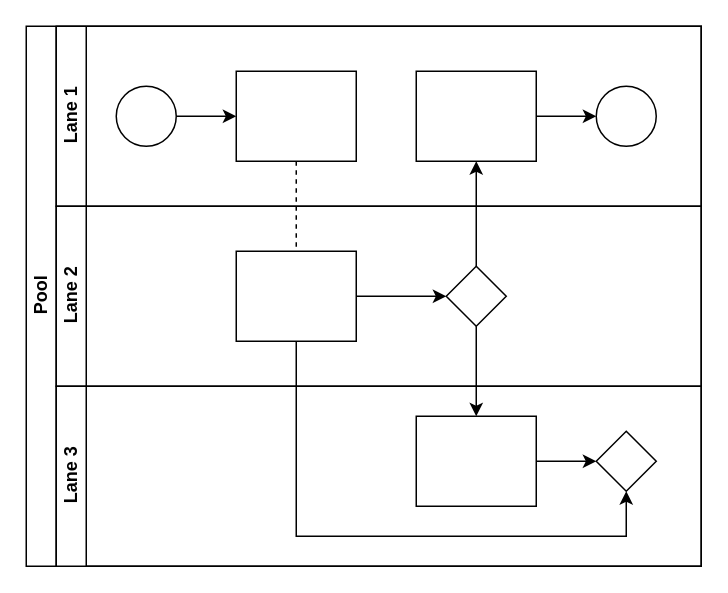
Above: Diagramme sans nom.drawio in Mafyou/CSharpLearn (draw.io), before the change. Source tidied: cells renumbered, new cells numbered last; positions are measured from the earlier drawing's top-left corner, leaving out a move shared by most shapes. Both pictures are drawn from the tidied source at 150%, with x=0, y=0 at pixel (26, 26).
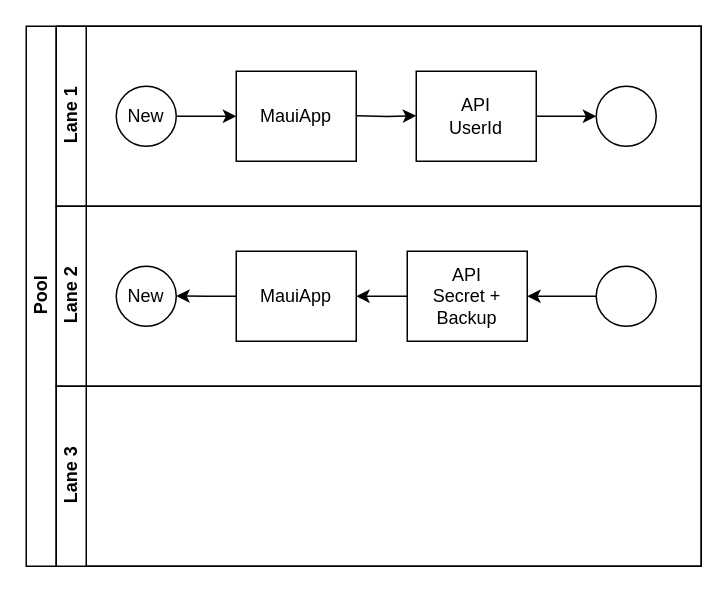
Above is the later version.

Unchanged cells that the change refers to:
```xml
<mxCell id="2" value="Pool" style="swimlane;html=1;horizontal=0;startSize=20;" parent="1" vertex="1">
  <mxGeometry width="450" height="360" as="geometry" />
</mxCell>
<mxCell id="7" value="Lane 1" style="swimlane;html=1;startSize=20;horizontal=0;" parent="2" vertex="1">
  <mxGeometry x="20" width="430" height="120" as="geometry" />
</mxCell>
<mxCell id="14" value="Lane 2" style="swimlane;html=1;startSize=20;horizontal=0;" parent="2" vertex="1">
  <mxGeometry x="20" y="120" width="430" height="120" as="geometry" />
</mxCell>
<mxCell id="18" value="Lane 3" style="swimlane;html=1;startSize=20;horizontal=0;" parent="2" vertex="1">
  <mxGeometry x="20" y="240" width="430" height="120" as="geometry" />
</mxCell>
```

Diff of the diagram source:
```diff
@@
-    <mxCell id="3" style="edgeStyle=orthogonalEdgeStyle;rounded=0;jettySize=auto;html=1;dashed=1;endArrow=none;endFill=0;" parent="2" edge="1" source="10" target="16">
-      <mxGeometry relative="1" as="geometry" />
-    </mxCell>
-    <mxCell id="4" style="edgeStyle=orthogonalEdgeStyle;rounded=0;jettySize=auto;html=1;endArrow=classic;endFill=1;" parent="2" edge="1" source="17" target="12">
-      <mxGeometry relative="1" as="geometry" />
-    </mxCell>
-    <mxCell id="5" style="edgeStyle=orthogonalEdgeStyle;rounded=0;jettySize=auto;html=1;endArrow=classic;endFill=1;" parent="2" edge="1" source="17" target="20">
-      <mxGeometry relative="1" as="geometry" />
-    </mxCell>
-    <mxCell id="6" style="edgeStyle=orthogonalEdgeStyle;rounded=0;jettySize=auto;html=1;endArrow=classic;endFill=1;" parent="2" edge="1" source="16" target="21">
-      <mxGeometry relative="1" as="geometry">
-        <Array as="points">
-          <mxPoint x="180" y="340" />
-          <mxPoint x="400" y="340" />
-        </Array>
-      </mxGeometry>
-    </mxCell>
@@
-    <mxCell id="9" style="ellipse;whiteSpace=wrap;html=1;" parent="7" vertex="1">
+    <mxCell id="9" value="New" style="ellipse;whiteSpace=wrap;html=1;" parent="7" vertex="1">
       <mxGeometry x="40" y="40" width="40" height="40" as="geometry" />
     </mxCell>
-    <mxCell id="10" style="rounded=0;whiteSpace=wrap;html=1;fontFamily=Helvetica;fontSize=12;fontColor=#000000;align=center;" parent="7" vertex="1">
+    <mxCell id="10" value="MauiApp" style="rounded=0;whiteSpace=wrap;html=1;fontFamily=Helvetica;fontSize=12;fontColor=#000000;align=center;" parent="7" vertex="1">
       <mxGeometry x="120" y="30" width="80" height="60" as="geometry" />
     </mxCell>
@@
-    <mxCell id="12" style="rounded=0;whiteSpace=wrap;html=1;fontFamily=Helvetica;fontSize=12;fontColor=#000000;align=center;" parent="7" vertex="1">
+    <mxCell id="12" value="API&lt;br&gt;UserId" style="rounded=0;whiteSpace=wrap;html=1;fontFamily=Helvetica;fontSize=12;fontColor=#000000;align=center;" parent="7" vertex="1">
       <mxGeometry x="240" y="30" width="80" height="60" as="geometry" />
     </mxCell>
@@
+    <mxCell id="22" style="edgeStyle=orthogonalEdgeStyle;rounded=0;orthogonalLoop=1;jettySize=auto;html=1;" parent="7" edge="1">
+      <mxGeometry relative="1" as="geometry">
+        <mxPoint x="200" y="59.7" as="sourcePoint" />
+        <mxPoint x="240" y="59.7" as="targetPoint" />
+      </mxGeometry>
+    </mxCell>
@@
-    <mxCell id="15" style="edgeStyle=orthogonalEdgeStyle;rounded=0;jettySize=auto;html=1;endArrow=classic;endFill=1;" parent="14" edge="1" source="16" target="17">
-      <mxGeometry relative="1" as="geometry" />
-    </mxCell>
-    <mxCell id="16" style="rounded=0;whiteSpace=wrap;html=1;fontFamily=Helvetica;fontSize=12;fontColor=#000000;align=center;" parent="14" vertex="1">
-      <mxGeometry x="120" y="30" width="80" height="60" as="geometry" />
-    </mxCell>
-    <mxCell id="17" style="rhombus;whiteSpace=wrap;html=1;fontFamily=Helvetica;fontSize=12;fontColor=#000000;align=center;" parent="14" vertex="1">
-      <mxGeometry x="260" y="40" width="40" height="40" as="geometry" />
-    </mxCell>
+    <mxCell id="23" style="ellipse;whiteSpace=wrap;html=1;" parent="14" vertex="1">
+      <mxGeometry x="360" y="40" width="40" height="40" as="geometry" />
+    </mxCell>
+    <mxCell id="24" style="edgeStyle=orthogonalEdgeStyle;rounded=0;jettySize=auto;html=1;endArrow=classic;endFill=1;exitX=0;exitY=0.5;exitDx=0;exitDy=0;entryX=1;entryY=0.5;entryDx=0;entryDy=0;" parent="14" edge="1" source="23" target="25">
+      <mxGeometry relative="1" as="geometry" />
+    </mxCell>
+    <mxCell id="25" value="API&lt;br&gt;Secret + Backup" style="rounded=0;whiteSpace=wrap;html=1;fontFamily=Helvetica;fontSize=12;fontColor=#000000;align=center;" parent="14" vertex="1">
+      <mxGeometry x="234" y="30" width="80" height="60" as="geometry" />
+    </mxCell>
+    <mxCell id="26" value="MauiApp" style="rounded=0;whiteSpace=wrap;html=1;fontFamily=Helvetica;fontSize=12;fontColor=#000000;align=center;" parent="14" vertex="1">
+      <mxGeometry x="120" y="30" width="80" height="60" as="geometry" />
+    </mxCell>
+    <mxCell id="27" style="edgeStyle=orthogonalEdgeStyle;rounded=0;jettySize=auto;html=1;endArrow=classic;endFill=1;exitX=0;exitY=0.5;exitDx=0;exitDy=0;entryX=1;entryY=0.5;entryDx=0;entryDy=0;" parent="14" edge="1" source="25">
+      <mxGeometry relative="1" as="geometry">
+        <mxPoint x="200" y="59.8" as="targetPoint" />
+      </mxGeometry>
+    </mxCell>
+    <mxCell id="28" value="New" style="ellipse;whiteSpace=wrap;html=1;" parent="14" vertex="1">
+      <mxGeometry x="40" y="40" width="40" height="40" as="geometry" />
+    </mxCell>
+    <mxCell id="29" style="edgeStyle=orthogonalEdgeStyle;rounded=0;jettySize=auto;html=1;endArrow=classic;endFill=1;entryX=1;entryY=0.5;entryDx=0;entryDy=0;" parent="14" edge="1" source="26">
+      <mxGeometry relative="1" as="geometry">
+        <mxPoint x="80" y="59.8" as="targetPoint" />
+      </mxGeometry>
+    </mxCell>
@@
-    <mxCell id="19" style="edgeStyle=orthogonalEdgeStyle;rounded=0;jettySize=auto;html=1;endArrow=classic;endFill=1;" parent="18" edge="1" source="20" target="21">
-      <mxGeometry relative="1" as="geometry" />
-    </mxCell>
-    <mxCell id="20" style="rounded=0;whiteSpace=wrap;html=1;fontFamily=Helvetica;fontSize=12;fontColor=#000000;align=center;" parent="18" vertex="1">
-      <mxGeometry x="240" y="20" width="80" height="60" as="geometry" />
-    </mxCell>
-    <mxCell id="21" style="rhombus;whiteSpace=wrap;html=1;fontFamily=Helvetica;fontSize=12;fontColor=#000000;align=center;" parent="18" vertex="1">
-      <mxGeometry x="360" y="30" width="40" height="40" as="geometry" />
-    </mxCell>
```
